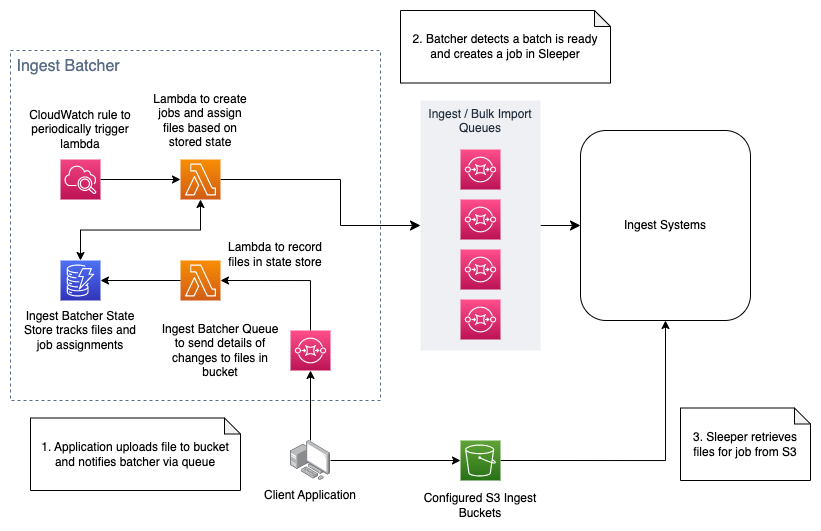
This is docs/design/ingest-batcher.png from gchq/sleeper, a draw.io export, as it was before one commit. Source tidied: cells renumbered, new cells last; positions are measured from the earlier drawing's top-left corner, leaving out a move shared by most shapes.
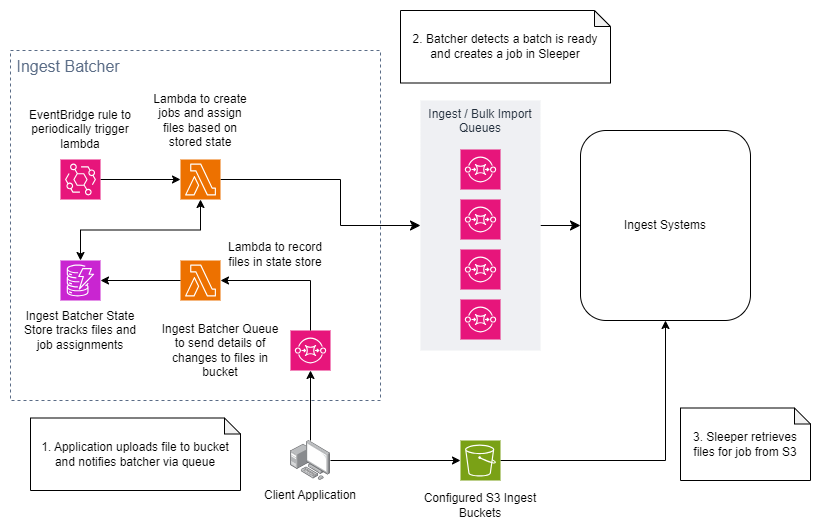
Above is the later version.

Commit message:
Update ingest batcher diagram

The edit, as a diff of the source:
```diff
@@ -19,22 +19,22 @@
         </Array>
       </mxGeometry>
     </mxCell>
-    <mxCell id="6" style="sketch=0;points=[[0,0,0],[0.25,0,0],[0.5,0,0],[0.75,0,0],[1,0,0],[0,1,0],[0.25,1,0],[0.5,1,0],[0.75,1,0],[1,1,0],[0,0.25,0],[0,0.5,0],[0,0.75,0],[1,0.25,0],[1,0.5,0],[1,0.75,0]];outlineConnect=0;fontColor=#232F3E;gradientColor=#F78E04;gradientDirection=north;fillColor=#D05C17;strokeColor=#ffffff;dashed=0;verticalLabelPosition=bottom;verticalAlign=top;align=center;html=1;fontSize=12;fontStyle=0;shape=mxgraph.aws4.resourceIcon;resIcon=mxgraph.aws4.lambda;" parent="1" vertex="1">
+    <mxCell id="6" style="sketch=0;points=[[0,0,0],[0.25,0,0],[0.5,0,0],[0.75,0,0],[1,0,0],[0,1,0],[0.25,1,0],[0.5,1,0],[0.75,1,0],[1,1,0],[0,0.25,0],[0,0.5,0],[0,0.75,0],[1,0.25,0],[1,0.5,0],[1,0.75,0]];outlineConnect=0;fontColor=#232F3E;fillColor=#ED7100;strokeColor=#ffffff;dashed=0;verticalLabelPosition=bottom;verticalAlign=top;align=center;html=1;fontSize=12;fontStyle=0;shape=mxgraph.aws4.resourceIcon;resIcon=mxgraph.aws4.lambda;" parent="1" vertex="1">
       <mxGeometry x="170" y="149" width="40" height="40" as="geometry" />
     </mxCell>
-    <mxCell id="7" style="sketch=0;points=[[0,0,0],[0.25,0,0],[0.5,0,0],[0.75,0,0],[1,0,0],[0,1,0],[0.25,1,0],[0.5,1,0],[0.75,1,0],[1,1,0],[0,0.25,0],[0,0.5,0],[0,0.75,0],[1,0.25,0],[1,0.5,0],[1,0.75,0]];outlineConnect=0;fontColor=#232F3E;gradientColor=#FF4F8B;gradientDirection=north;fillColor=#BC1356;strokeColor=#ffffff;dashed=0;verticalLabelPosition=bottom;verticalAlign=top;align=center;html=1;fontSize=12;fontStyle=0;shape=mxgraph.aws4.resourceIcon;resIcon=mxgraph.aws4.sqs;" parent="1" vertex="1">
+    <mxCell id="7" style="sketch=0;points=[[0,0,0],[0.25,0,0],[0.5,0,0],[0.75,0,0],[1,0,0],[0,1,0],[0.25,1,0],[0.5,1,0],[0.75,1,0],[1,1,0],[0,0.25,0],[0,0.5,0],[0,0.75,0],[1,0.25,0],[1,0.5,0],[1,0.75,0]];outlineConnect=0;fontColor=#232F3E;fillColor=#E7157B;strokeColor=#ffffff;dashed=0;verticalLabelPosition=bottom;verticalAlign=top;align=center;html=1;fontSize=12;fontStyle=0;shape=mxgraph.aws4.resourceIcon;resIcon=mxgraph.aws4.sqs;" parent="1" vertex="1">
       <mxGeometry x="280" y="320" width="40" height="40" as="geometry" />
     </mxCell>
-    <mxCell id="8" style="sketch=0;points=[[0,0,0],[0.25,0,0],[0.5,0,0],[0.75,0,0],[1,0,0],[0,1,0],[0.25,1,0],[0.5,1,0],[0.75,1,0],[1,1,0],[0,0.25,0],[0,0.5,0],[0,0.75,0],[1,0.25,0],[1,0.5,0],[1,0.75,0]];outlineConnect=0;fontColor=#232F3E;gradientColor=#4D72F3;gradientDirection=north;fillColor=#3334B9;strokeColor=#ffffff;dashed=0;verticalLabelPosition=bottom;verticalAlign=top;align=center;html=1;fontSize=12;fontStyle=0;shape=mxgraph.aws4.resourceIcon;resIcon=mxgraph.aws4.dynamodb;" parent="1" vertex="1">
+    <mxCell id="8" style="sketch=0;points=[[0,0,0],[0.25,0,0],[0.5,0,0],[0.75,0,0],[1,0,0],[0,1,0],[0.25,1,0],[0.5,1,0],[0.75,1,0],[1,1,0],[0,0.25,0],[0,0.5,0],[0,0.75,0],[1,0.25,0],[1,0.5,0],[1,0.75,0]];outlineConnect=0;fontColor=#232F3E;fillColor=#C925D1;strokeColor=#ffffff;dashed=0;verticalLabelPosition=bottom;verticalAlign=top;align=center;html=1;fontSize=12;fontStyle=0;shape=mxgraph.aws4.resourceIcon;resIcon=mxgraph.aws4.dynamodb;" parent="1" vertex="1">
       <mxGeometry x="50" y="250" width="40" height="40" as="geometry" />
     </mxCell>
-    <mxCell id="9" style="sketch=0;fontColor=#232F3E;gradientColor=#FF4F8B;gradientDirection=north;fillColor=#BC1356;strokeColor=#ffffff;dashed=0;verticalLabelPosition=bottom;verticalAlign=top;align=center;html=1;fontSize=12;fontStyle=0;shape=mxgraph.aws4.resourceIcon;resIcon=mxgraph.aws4.sqs;" parent="1" vertex="1">
+    <mxCell id="9" style="sketch=0;fontColor=#232F3E;fillColor=#E7157B;strokeColor=#ffffff;dashed=0;verticalLabelPosition=bottom;verticalAlign=top;align=center;html=1;fontSize=12;fontStyle=0;shape=mxgraph.aws4.resourceIcon;resIcon=mxgraph.aws4.sqs;" parent="1" vertex="1">
       <mxGeometry x="450" y="139" width="40" height="40" as="geometry" />
     </mxCell>
     <mxCell id="10" style="edgeStyle=orthogonalEdgeStyle;rounded=0;jettySize=auto;html=1;" parent="1" edge="1" source="11" target="6">
       <mxGeometry relative="1" as="geometry" />
     </mxCell>
-    <mxCell id="11" style="sketch=0;points=[[0,0,0],[0.25,0,0],[0.5,0,0],[0.75,0,0],[1,0,0],[0,1,0],[0.25,1,0],[0.5,1,0],[0.75,1,0],[1,1,0],[0,0.25,0],[0,0.5,0],[0,0.75,0],[1,0.25,0],[1,0.5,0],[1,0.75,0]];points=[[0,0,0],[0.25,0,0],[0.5,0,0],[0.75,0,0],[1,0,0],[0,1,0],[0.25,1,0],[0.5,1,0],[0.75,1,0],[1,1,0],[0,0.25,0],[0,0.5,0],[0,0.75,0],[1,0.25,0],[1,0.5,0],[1,0.75,0]];outlineConnect=0;fontColor=#232F3E;gradientColor=#F34482;gradientDirection=north;fillColor=#BC1356;strokeColor=#ffffff;dashed=0;verticalLabelPosition=bottom;verticalAlign=top;align=center;html=1;fontSize=12;fontStyle=0;shape=mxgraph.aws4.resourceIcon;resIcon=mxgraph.aws4.cloudwatch_2;" parent="1" vertex="1">
+    <mxCell id="11" style="sketch=0;points=[[0,0,0],[0.25,0,0],[0.5,0,0],[0.75,0,0],[1,0,0],[0,1,0],[0.25,1,0],[0.5,1,0],[0.75,1,0],[1,1,0],[0,0.25,0],[0,0.5,0],[0,0.75,0],[1,0.25,0],[1,0.5,0],[1,0.75,0]];points=[[0,0,0],[0.25,0,0],[0.5,0,0],[0.75,0,0],[1,0,0],[0,1,0],[0.25,1,0],[0.5,1,0],[0.75,1,0],[1,1,0],[0,0.25,0],[0,0.5,0],[0,0.75,0],[1,0.25,0],[1,0.5,0],[1,0.75,0]];outlineConnect=0;fontColor=#232F3E;fillColor=#E7157B;strokeColor=#ffffff;dashed=0;verticalLabelPosition=bottom;verticalAlign=top;align=center;html=1;fontSize=12;fontStyle=0;shape=mxgraph.aws4.resourceIcon;resIcon=mxgraph.aws4.eventbridge;" parent="1" vertex="1">
       <mxGeometry x="50" y="149" width="40" height="40" as="geometry" />
     </mxCell>
     <mxCell id="12" value="Ingest Batcher Queue to send details of changes to files in bucket" style="text;html=1;strokeColor=none;fillColor=none;align=center;verticalAlign=middle;whiteSpace=wrap;rounded=0;" parent="1" vertex="1">
@@ -43,16 +43,16 @@
     <mxCell id="13" value="Ingest Batcher State Store tracks files and job assignments" style="text;html=1;strokeColor=none;fillColor=none;align=center;verticalAlign=middle;whiteSpace=wrap;rounded=0;" parent="1" vertex="1">
       <mxGeometry x="10" y="299" width="120" height="41" as="geometry" />
     </mxCell>
-    <mxCell id="14" style="sketch=0;fontColor=#232F3E;gradientColor=#FF4F8B;gradientDirection=north;fillColor=#BC1356;strokeColor=#ffffff;dashed=0;verticalLabelPosition=bottom;verticalAlign=top;align=center;html=1;fontSize=12;fontStyle=0;shape=mxgraph.aws4.resourceIcon;resIcon=mxgraph.aws4.sqs;" parent="1" vertex="1">
+    <mxCell id="14" style="sketch=0;fontColor=#232F3E;fillColor=#E7157B;strokeColor=#ffffff;dashed=0;verticalLabelPosition=bottom;verticalAlign=top;align=center;html=1;fontSize=12;fontStyle=0;shape=mxgraph.aws4.resourceIcon;resIcon=mxgraph.aws4.sqs;" parent="1" vertex="1">
       <mxGeometry x="450" y="189" width="40" height="40" as="geometry" />
     </mxCell>
-    <mxCell id="15" style="sketch=0;fontColor=#232F3E;gradientColor=#FF4F8B;gradientDirection=north;fillColor=#BC1356;strokeColor=#ffffff;dashed=0;verticalLabelPosition=bottom;verticalAlign=top;align=center;html=1;fontSize=12;fontStyle=0;shape=mxgraph.aws4.resourceIcon;resIcon=mxgraph.aws4.sqs;" parent="1" vertex="1">
+    <mxCell id="15" style="sketch=0;fontColor=#232F3E;fillColor=#E7157B;strokeColor=#ffffff;dashed=0;verticalLabelPosition=bottom;verticalAlign=top;align=center;html=1;fontSize=12;fontStyle=0;shape=mxgraph.aws4.resourceIcon;resIcon=mxgraph.aws4.sqs;" parent="1" vertex="1">
       <mxGeometry x="450" y="239" width="40" height="40" as="geometry" />
     </mxCell>
-    <mxCell id="16" style="sketch=0;fontColor=#232F3E;gradientColor=#FF4F8B;gradientDirection=north;fillColor=#BC1356;strokeColor=#ffffff;dashed=0;verticalLabelPosition=bottom;verticalAlign=top;align=center;html=1;fontSize=12;fontStyle=0;shape=mxgraph.aws4.resourceIcon;resIcon=mxgraph.aws4.sqs;" parent="1" vertex="1">
+    <mxCell id="16" style="sketch=0;fontColor=#232F3E;fillColor=#E7157B;strokeColor=#ffffff;dashed=0;verticalLabelPosition=bottom;verticalAlign=top;align=center;html=1;fontSize=12;fontStyle=0;shape=mxgraph.aws4.resourceIcon;resIcon=mxgraph.aws4.sqs;" parent="1" vertex="1">
       <mxGeometry x="450" y="289" width="40" height="40" as="geometry" />
     </mxCell>
-    <mxCell id="17" value="CloudWatch rule to periodically trigger lambda" style="text;html=1;strokeColor=none;fillColor=none;align=center;verticalAlign=middle;whiteSpace=wrap;rounded=0;" parent="1" vertex="1">
+    <mxCell id="17" value="EventBridge rule to periodically trigger lambda" style="text;html=1;strokeColor=none;fillColor=none;align=center;verticalAlign=middle;whiteSpace=wrap;rounded=0;" parent="1" vertex="1">
       <mxGeometry x="10" y="99" width="120" height="40" as="geometry" />
     </mxCell>
     <mxCell id="18" value="Lambda to create jobs and assign files based on stored state" style="text;html=1;strokeColor=none;fillColor=none;align=center;verticalAlign=middle;whiteSpace=wrap;rounded=0;" parent="1" vertex="1">
@@ -61,7 +61,7 @@
     <mxCell id="19" style="edgeStyle=orthogonalEdgeStyle;rounded=0;jettySize=auto;html=1;exitX=1;exitY=0.5;exitDx=0;exitDy=0;exitPerimeter=0;entryX=0.5;entryY=1;entryDx=0;entryDy=0;" parent="1" edge="1" source="20" target="26">
       <mxGeometry relative="1" as="geometry" />
     </mxCell>
-    <mxCell id="20" style="sketch=0;points=[[0,0,0],[0.25,0,0],[0.5,0,0],[0.75,0,0],[1,0,0],[0,1,0],[0.25,1,0],[0.5,1,0],[0.75,1,0],[1,1,0],[0,0.25,0],[0,0.5,0],[0,0.75,0],[1,0.25,0],[1,0.5,0],[1,0.75,0]];outlineConnect=0;fontColor=#232F3E;gradientColor=#60A337;gradientDirection=north;fillColor=#277116;strokeColor=#ffffff;dashed=0;verticalLabelPosition=bottom;verticalAlign=top;align=center;html=1;fontSize=12;fontStyle=0;shape=mxgraph.aws4.resourceIcon;resIcon=mxgraph.aws4.s3;" parent="1" vertex="1">
+    <mxCell id="20" style="sketch=0;points=[[0,0,0],[0.25,0,0],[0.5,0,0],[0.75,0,0],[1,0,0],[0,1,0],[0.25,1,0],[0.5,1,0],[0.75,1,0],[1,1,0],[0,0.25,0],[0,0.5,0],[0,0.75,0],[1,0.25,0],[1,0.5,0],[1,0.75,0]];outlineConnect=0;fontColor=#232F3E;fillColor=#7AA116;strokeColor=#ffffff;dashed=0;verticalLabelPosition=bottom;verticalAlign=top;align=center;html=1;fontSize=12;fontStyle=0;shape=mxgraph.aws4.resourceIcon;resIcon=mxgraph.aws4.s3;" parent="1" vertex="1">
       <mxGeometry x="450" y="430" width="40" height="40" as="geometry" />
     </mxCell>
     <mxCell id="21" style="edgeStyle=orthogonalEdgeStyle;rounded=0;jettySize=auto;html=1;entryX=0;entryY=0.5;entryDx=0;entryDy=0;entryPerimeter=0;" parent="1" edge="1" source="23" target="20">
@@ -85,7 +85,7 @@
     <mxCell id="27" style="endArrow=classic;html=1;rounded=0;exitX=0.5;exitY=0;exitDx=0;exitDy=0;exitPerimeter=0;entryX=0.5;entryY=1;entryDx=0;entryDy=0;entryPerimeter=0;edgeStyle=orthogonalEdgeStyle;startArrow=classic;startFill=1;" parent="1" edge="1" source="8" target="6">
       <mxGeometry relative="1" as="geometry" />
     </mxCell>
-    <mxCell id="28" style="sketch=0;points=[[0,0,0],[0.25,0,0],[0.5,0,0],[0.75,0,0],[1,0,0],[0,1,0],[0.25,1,0],[0.5,1,0],[0.75,1,0],[1,1,0],[0,0.25,0],[0,0.5,0],[0,0.75,0],[1,0.25,0],[1,0.5,0],[1,0.75,0]];outlineConnect=0;fontColor=#232F3E;gradientColor=#F78E04;gradientDirection=north;fillColor=#D05C17;strokeColor=#ffffff;dashed=0;verticalLabelPosition=bottom;verticalAlign=top;align=center;html=1;fontSize=12;fontStyle=0;shape=mxgraph.aws4.resourceIcon;resIcon=mxgraph.aws4.lambda;" parent="1" vertex="1">
+    <mxCell id="28" style="sketch=0;points=[[0,0,0],[0.25,0,0],[0.5,0,0],[0.75,0,0],[1,0,0],[0,1,0],[0.25,1,0],[0.5,1,0],[0.75,1,0],[1,1,0],[0,0.25,0],[0,0.5,0],[0,0.75,0],[1,0.25,0],[1,0.5,0],[1,0.75,0]];outlineConnect=0;fontColor=#232F3E;fillColor=#ED7100;strokeColor=#ffffff;dashed=0;verticalLabelPosition=bottom;verticalAlign=top;align=center;html=1;fontSize=12;fontStyle=0;shape=mxgraph.aws4.resourceIcon;resIcon=mxgraph.aws4.lambda;" parent="1" vertex="1">
       <mxGeometry x="170" y="250" width="40" height="40" as="geometry" />
     </mxCell>
     <mxCell id="29" style="endArrow=classic;html=1;rounded=0;entryX=1;entryY=0.5;entryDx=0;entryDy=0;entryPerimeter=0;exitX=0.5;exitY=0;exitDx=0;exitDy=0;exitPerimeter=0;edgeStyle=orthogonalEdgeStyle;" parent="1" edge="1" source="7" target="28">
```
